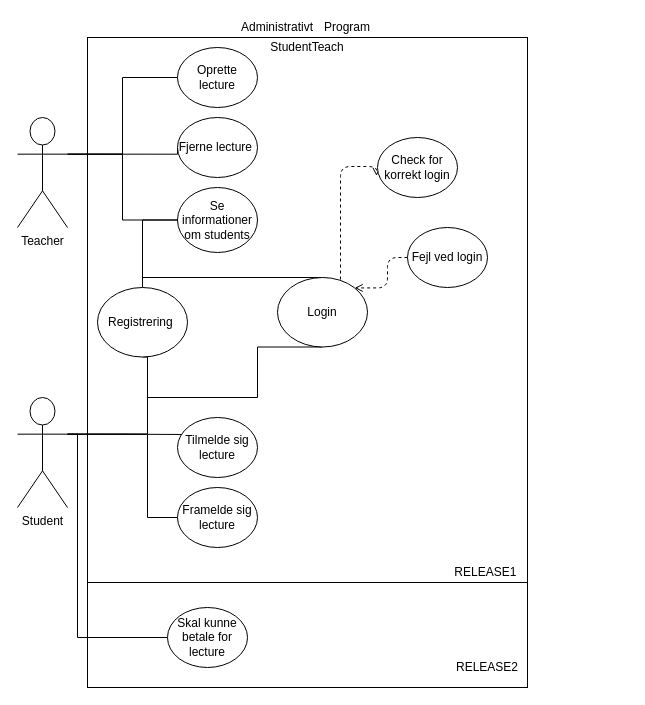
Above: public/Andet/Programmerings_usecase.drawio in ChrisMJAndre/GruppeProjekt-2 (draw.io), before the change. Source tidied: cells renumbered, new cells numbered last; positions are measured from the earlier drawing's top-left corner, leaving out a move shared by most shapes. Both pictures are drawn from the tidied source at 100%, with x=0, y=0 at pixel (17, 17).
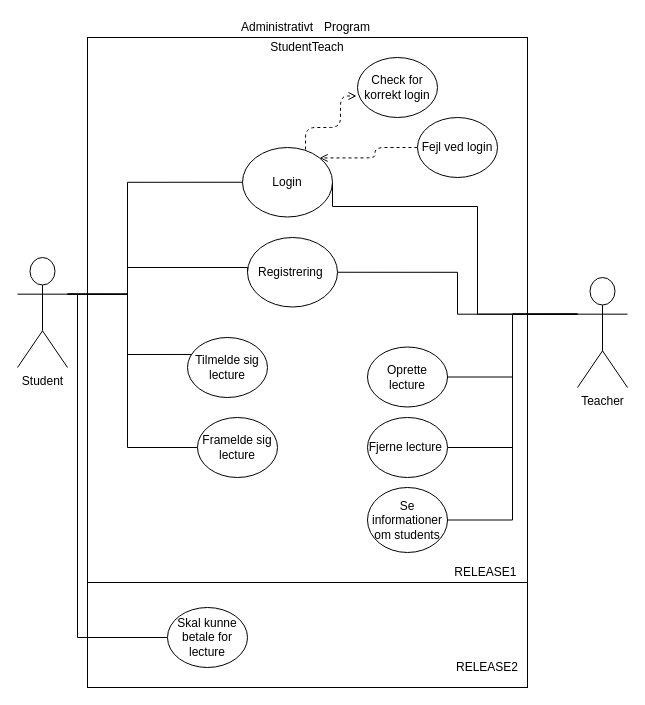
Above is the later version.

The change refers to these unchanged cells:
```xml
<mxCell id="31" value="Skal kunne betale for lecture" style="ellipse;whiteSpace=wrap;html=1;" parent="1" vertex="1">
  <mxGeometry x="150" y="590" width="80" height="60" as="geometry" />
</mxCell>
```

The edit, as a diff of the source:
```diff
@@
     <mxCell id="7" style="edgeStyle=orthogonalEdgeStyle;rounded=0;jettySize=auto;html=1;exitX=1;exitY=0.3333333333333333;exitDx=0;exitDy=0;exitPerimeter=0;entryX=0;entryY=0.5;entryDx=0;entryDy=0;endArrow=none;endFill=0;strokeColor=#000000;" parent="1" edge="1" source="9" target="25">
       <mxGeometry relative="1" as="geometry">
         <Array as="points">
-          <mxPoint x="130" y="417" />
-          <mxPoint x="130" y="500" />
+          <mxPoint x="110" y="277" />
+          <mxPoint x="110" y="430" />
         </Array>
       </mxGeometry>
     </mxCell>
     <mxCell id="8" style="edgeStyle=orthogonalEdgeStyle;rounded=0;jettySize=auto;html=1;exitX=1;exitY=0.3333333333333333;exitDx=0;exitDy=0;exitPerimeter=0;entryX=0;entryY=0.5;entryDx=0;entryDy=0;endArrow=none;endFill=0;strokeColor=#000000;" parent="1" edge="1" source="9" target="31">
       <mxGeometry relative="1" as="geometry">
         <Array as="points">
-          <mxPoint x="60" y="417" />
+          <mxPoint x="60" y="277" />
           <mxPoint x="60" y="620" />
         </Array>
       </mxGeometry>
     </mxCell>
+    <mxCell id="33" style="edgeStyle=orthogonalEdgeStyle;rounded=0;jettySize=auto;html=1;exitX=1;exitY=0.3333333333333333;exitDx=0;exitDy=0;exitPerimeter=0;entryX=0;entryY=0.5;entryDx=0;entryDy=0;endArrow=none;endFill=0;" parent="1" edge="1" source="9" target="28">
+      <mxGeometry relative="1" as="geometry">
+        <Array as="points">
+          <mxPoint x="110" y="277" />
+          <mxPoint x="110" y="250" />
+          <mxPoint x="230" y="250" />
+        </Array>
+      </mxGeometry>
+    </mxCell>
+    <mxCell id="34" style="edgeStyle=orthogonalEdgeStyle;rounded=0;jettySize=auto;html=1;exitX=1;exitY=0.3333333333333333;exitDx=0;exitDy=0;exitPerimeter=0;entryX=0;entryY=0.5;entryDx=0;entryDy=0;endArrow=none;endFill=0;" parent="1" edge="1" source="9" target="14">
+      <mxGeometry relative="1" as="geometry">
+        <Array as="points">
+          <mxPoint x="110" y="277" />
+          <mxPoint x="110" y="165" />
+        </Array>
+      </mxGeometry>
+    </mxCell>
     <mxCell id="9" value="Student" style="shape=umlActor;verticalLabelPosition=bottom;labelBackgroundColor=#ffffff;verticalAlign=top;html=1;outlineConnect=0;" parent="1" vertex="1">
-      <mxGeometry y="380" width="50" height="110" as="geometry" />
+      <mxGeometry y="240" width="50" height="110" as="geometry" />
     </mxCell>
+    <mxCell id="35" style="edgeStyle=orthogonalEdgeStyle;rounded=0;jettySize=auto;html=1;exitX=0;exitY=0.3333333333333333;exitDx=0;exitDy=0;exitPerimeter=0;entryX=1;entryY=0.5;entryDx=0;entryDy=0;endArrow=none;endFill=0;" parent="1" edge="1" source="10" target="17">
+      <mxGeometry relative="1" as="geometry" />
+    </mxCell>
+    <mxCell id="36" style="edgeStyle=orthogonalEdgeStyle;rounded=0;jettySize=auto;html=1;exitX=0;exitY=0.3333333333333333;exitDx=0;exitDy=0;exitPerimeter=0;entryX=1;entryY=0.5;entryDx=0;entryDy=0;endArrow=none;endFill=0;" parent="1" edge="1" source="10" target="19">
+      <mxGeometry relative="1" as="geometry" />
+    </mxCell>
+    <mxCell id="37" style="edgeStyle=orthogonalEdgeStyle;rounded=0;jettySize=auto;html=1;exitX=0;exitY=0.3333333333333333;exitDx=0;exitDy=0;exitPerimeter=0;entryX=1;entryY=0.5;entryDx=0;entryDy=0;endArrow=none;endFill=0;" parent="1" edge="1" source="10" target="21">
+      <mxGeometry relative="1" as="geometry" />
+    </mxCell>
+    <mxCell id="38" style="edgeStyle=orthogonalEdgeStyle;rounded=0;jettySize=auto;html=1;exitX=0;exitY=0.3333333333333333;exitDx=0;exitDy=0;exitPerimeter=0;entryX=1;entryY=0.5;entryDx=0;entryDy=0;endArrow=none;endFill=0;" parent="1" edge="1" source="10" target="28">
+      <mxGeometry relative="1" as="geometry" />
+    </mxCell>
+    <mxCell id="39" style="edgeStyle=orthogonalEdgeStyle;rounded=0;jettySize=auto;html=1;exitX=0;exitY=0.3333333333333333;exitDx=0;exitDy=0;exitPerimeter=0;entryX=1;entryY=0.5;entryDx=0;entryDy=0;endArrow=none;endFill=0;" parent="1" edge="1" source="10" target="14">
+      <mxGeometry relative="1" as="geometry">
+        <Array as="points">
+          <mxPoint x="460" y="297" />
+          <mxPoint x="460" y="189" />
+          <mxPoint x="315" y="189" />
+        </Array>
+      </mxGeometry>
+    </mxCell>
     <mxCell id="10" value="Teacher" style="shape=umlActor;verticalLabelPosition=bottom;labelBackgroundColor=#ffffff;verticalAlign=top;html=1;outlineConnect=0;" parent="1" vertex="1">
-      <mxGeometry y="100" width="50" height="110" as="geometry" />
+      <mxGeometry x="560" y="260" width="50" height="110" as="geometry" />
     </mxCell>
     <mxCell id="11" style="edgeStyle=orthogonalEdgeStyle;jettySize=auto;html=1;exitX=0.7;exitY=0.029;exitDx=0;exitDy=0;entryX=-0.012;entryY=0.642;entryDx=0;entryDy=0;entryPerimeter=0;endArrow=open;endFill=0;strokeColor=#000000;rounded=1;dashed=1;exitPerimeter=0;" parent="1" edge="1" source="14" target="22">
       <mxGeometry relative="1" as="geometry">
         <Array as="points">
-          <mxPoint x="323" y="149" />
+          <mxPoint x="288" y="110" />
+          <mxPoint x="323" y="110" />
+          <mxPoint x="323" y="79" />
         </Array>
       </mxGeometry>
     </mxCell>
-    <mxCell id="12" style="edgeStyle=orthogonalEdgeStyle;rounded=0;jettySize=auto;html=1;exitX=0.5;exitY=1;exitDx=0;exitDy=0;entryX=1;entryY=0.3333333333333333;entryDx=0;entryDy=0;entryPerimeter=0;endArrow=none;endFill=0;strokeColor=#000000;" parent="1" edge="1" source="14" target="9">
-      <mxGeometry relative="1" as="geometry">
-        <Array as="points">
-          <mxPoint x="240" y="380" />
-          <mxPoint x="130" y="380" />
-          <mxPoint x="130" y="417" />
-        </Array>
-      </mxGeometry>
-    </mxCell>
-    <mxCell id="13" style="edgeStyle=orthogonalEdgeStyle;rounded=0;jettySize=auto;html=1;exitX=0.5;exitY=0;exitDx=0;exitDy=0;entryX=0.5;entryY=0;entryDx=0;entryDy=0;endArrow=none;endFill=0;strokeColor=#000000;" parent="1" edge="1" source="14" target="28">
-      <mxGeometry relative="1" as="geometry">
-        <Array as="points">
-          <mxPoint x="125" y="260" />
-        </Array>
-      </mxGeometry>
-    </mxCell>
     <mxCell id="14" value="Login" style="ellipse;whiteSpace=wrap;html=1;" parent="1" vertex="1">
-      <mxGeometry x="260" y="260" width="90" height="69.5" as="geometry" />
+      <mxGeometry x="225" y="130" width="90" height="69.5" as="geometry" />
     </mxCell>
     <mxCell id="15" value="Tilmelde sig lecture" style="ellipse;whiteSpace=wrap;html=1;" parent="1" vertex="1">
-      <mxGeometry x="160" y="400" width="80" height="60" as="geometry" />
+      <mxGeometry x="170" y="320" width="80" height="60" as="geometry" />
     </mxCell>
-    <mxCell id="16" style="edgeStyle=orthogonalEdgeStyle;rounded=0;jettySize=auto;html=1;exitX=0;exitY=0.5;exitDx=0;exitDy=0;entryX=1;entryY=0.3333333333333333;entryDx=0;entryDy=0;entryPerimeter=0;endArrow=none;endFill=0;strokeColor=#000000;" parent="1" edge="1" source="17" target="10">
-      <mxGeometry relative="1" as="geometry" />
-    </mxCell>
     <mxCell id="17" value="Oprette lecture" style="ellipse;whiteSpace=wrap;html=1;" parent="1" vertex="1">
-      <mxGeometry x="160" y="30" width="80" height="60" as="geometry" />
+      <mxGeometry x="350" y="329.5" width="80" height="60" as="geometry" />
     </mxCell>
-    <mxCell id="18" style="edgeStyle=orthogonalEdgeStyle;rounded=0;jettySize=auto;html=1;exitX=0;exitY=0.5;exitDx=0;exitDy=0;entryX=1;entryY=0.3333333333333333;entryDx=0;entryDy=0;entryPerimeter=0;endArrow=none;endFill=0;strokeColor=#000000;" parent="1" edge="1" source="19" target="10">
-      <mxGeometry relative="1" as="geometry">
-        <Array as="points">
-          <mxPoint x="160" y="137" />
-        </Array>
-      </mxGeometry>
-    </mxCell>
     <mxCell id="19" value="Fjerne lecture&amp;nbsp;" style="ellipse;whiteSpace=wrap;html=1;" parent="1" vertex="1">
-      <mxGeometry x="160" y="100" width="80" height="60" as="geometry" />
+      <mxGeometry x="350" y="400" width="80" height="60" as="geometry" />
     </mxCell>
-    <mxCell id="20" style="edgeStyle=orthogonalEdgeStyle;rounded=0;jettySize=auto;html=1;exitX=0;exitY=0.5;exitDx=0;exitDy=0;entryX=1;entryY=0.3333333333333333;entryDx=0;entryDy=0;entryPerimeter=0;endArrow=none;endFill=0;strokeColor=#000000;" parent="1" edge="1" source="21" target="10">
-      <mxGeometry relative="1" as="geometry" />
-    </mxCell>
     <mxCell id="21" value="Se informationer om students" style="ellipse;whiteSpace=wrap;html=1;" parent="1" vertex="1">
-      <mxGeometry x="160" y="170" width="80" height="65" as="geometry" />
+      <mxGeometry x="350" y="470" width="80" height="65" as="geometry" />
     </mxCell>
     <mxCell id="22" value="Check for korrekt login" style="ellipse;whiteSpace=wrap;html=1;" parent="1" vertex="1">
-      <mxGeometry x="360" y="120" width="80" height="60" as="geometry" />
+      <mxGeometry x="340" y="40" width="80" height="60" as="geometry" />
     </mxCell>
@@
     <mxCell id="24" value="Fejl ved login" style="ellipse;whiteSpace=wrap;html=1;" parent="1" vertex="1">
-      <mxGeometry x="390" y="210" width="80" height="60" as="geometry" />
+      <mxGeometry x="400" y="100" width="80" height="60" as="geometry" />
     </mxCell>
     <mxCell id="25" value="Framelde sig lecture" style="ellipse;whiteSpace=wrap;html=1;" parent="1" vertex="1">
-      <mxGeometry x="160" y="470" width="80" height="60" as="geometry" />
+      <mxGeometry x="180" y="400" width="80" height="60" as="geometry" />
     </mxCell>
-    <mxCell id="26" style="edgeStyle=orthogonalEdgeStyle;rounded=0;jettySize=auto;html=1;exitX=0.5;exitY=1;exitDx=0;exitDy=0;endArrow=none;endFill=0;strokeColor=#000000;" parent="1" edge="1" source="28">
-      <mxGeometry relative="1" as="geometry">
-        <mxPoint x="130" y="400" as="targetPoint" />
-        <Array as="points">
-          <mxPoint x="130" y="340" />
-        </Array>
-      </mxGeometry>
-    </mxCell>
-    <mxCell id="27" style="edgeStyle=orthogonalEdgeStyle;rounded=0;jettySize=auto;html=1;exitX=0.5;exitY=0;exitDx=0;exitDy=0;entryX=0;entryY=0.5;entryDx=0;entryDy=0;endArrow=none;endFill=0;strokeColor=#000000;" parent="1" edge="1" source="28" target="21">
-      <mxGeometry relative="1" as="geometry" />
-    </mxCell>
     <mxCell id="28" value="Registrering&amp;nbsp;" style="ellipse;whiteSpace=wrap;html=1;" parent="1" vertex="1">
-      <mxGeometry x="80" y="270" width="90" height="69.5" as="geometry" />
+      <mxGeometry x="230" y="220" width="90" height="69.5" as="geometry" />
     </mxCell>
```
